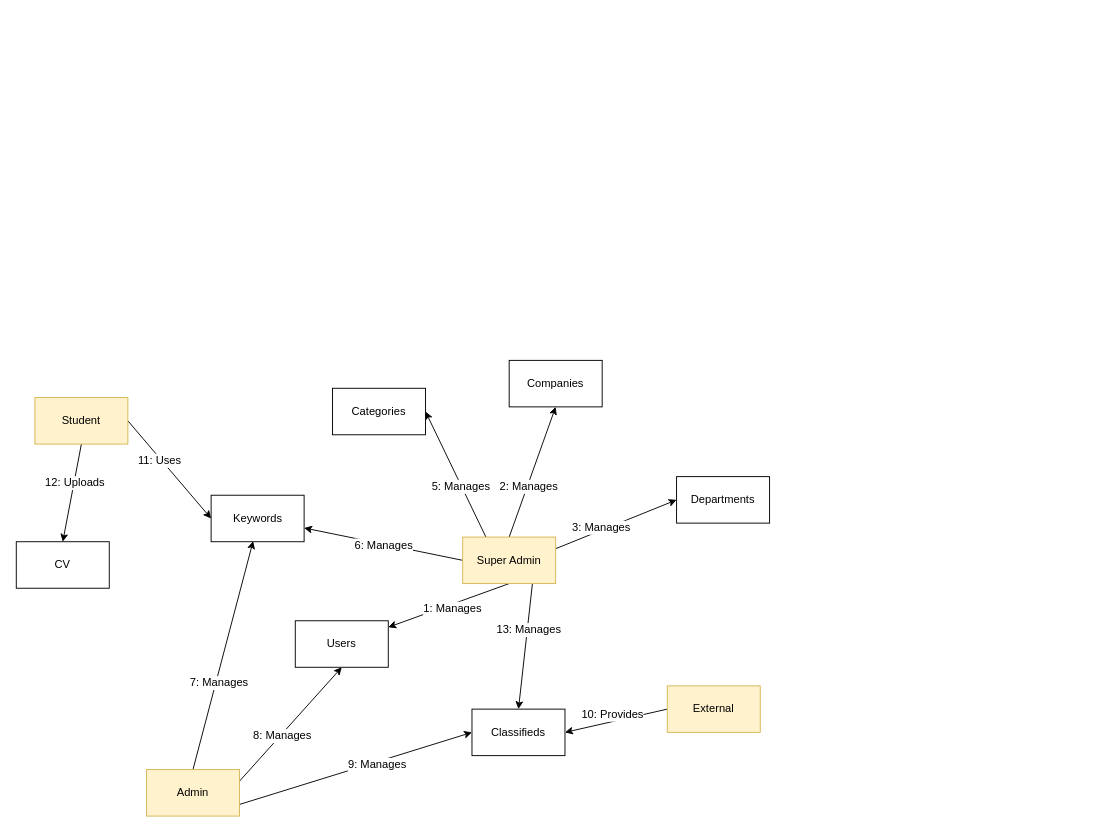
The draw.io diagram page "diagram_3" (2 of 2) of diagrams/general/cooperation_diagrams.drawio in ioannidis/e-career-office-web-app, before the edit. Source tidied: cells renumbered, new cells numbered last; positions are measured from the earlier drawing's top-left corner, leaving out a move shared by most shapes. Both pictures are drawn from the tidied source at 93%, with x=0, y=0 at pixel (16, 360).
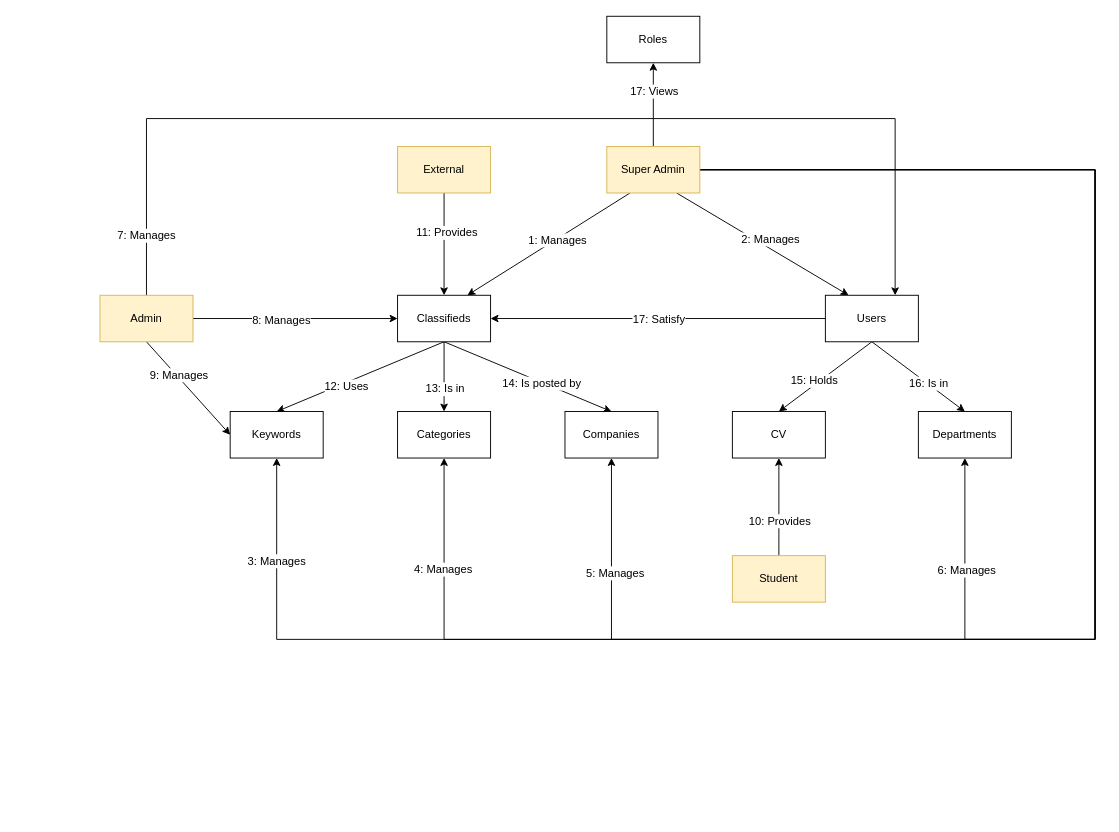
After the change.

What changed in the source:
```diff
@@
+    <mxCell id="12" style="rounded=0;jettySize=auto;html=1;exitX=0.25;exitY=1;exitDx=0;exitDy=0;entryX=0.75;entryY=0;entryDx=0;entryDy=0;" parent="1" edge="1" source="14" target="34">
+      <mxGeometry relative="1" as="geometry" />
+    </mxCell>
+    <mxCell id="3" value="1: Manages" style="text;html=1;align=center;verticalAlign=middle;labelBackgroundColor=#ffffff;" parent="12" vertex="1">
+      <mxGeometry x="-0.1" y="1" relative="1" as="geometry" />
+    </mxCell>
-    <mxCell id="2" style="rounded=0;jettySize=auto;html=1;exitX=0.5;exitY=1;exitDx=0;exitDy=0;" parent="1" edge="1" source="14" target="30">
+    <mxCell id="2" style="rounded=0;jettySize=auto;html=1;exitX=0.75;exitY=1;exitDx=0;exitDy=0;entryX=0.25;entryY=0;entryDx=0;entryDy=0;" parent="1" edge="1" source="14" target="30">
       <mxGeometry relative="1" as="geometry" />
     </mxCell>
-    <mxCell id="3" value="1: Manages" style="text;html=1;align=center;verticalAlign=middle;labelBackgroundColor=#ffffff;" parent="2" vertex="1">
-      <mxGeometry y="-10" relative="1" as="geometry">
-        <mxPoint x="7" y="12.5" as="offset" />
-      </mxGeometry>
-    </mxCell>
+    <mxCell id="9" value="2: Manages" style="text;html=1;align=center;verticalAlign=middle;labelBackgroundColor=#ffffff;" parent="2" vertex="1">
+      <mxGeometry x="0.14" y="-4" relative="1" as="geometry">
+        <mxPoint x="-3.5" y="-16.5" as="offset" />
+      </mxGeometry>
+    </mxCell>
+    <mxCell id="37" style="edgeStyle=orthogonalEdgeStyle;rounded=0;jettySize=auto;html=1;exitX=0.5;exitY=0;exitDx=0;exitDy=0;" parent="1" edge="1" source="14" target="53">
+      <mxGeometry relative="1" as="geometry" />
+    </mxCell>
+    <mxCell id="38" value="17: Views" style="text;html=1;align=center;verticalAlign=middle;labelBackgroundColor=#ffffff;" parent="37" vertex="1">
+      <mxGeometry x="-0.71" y="1" relative="1" as="geometry">
+        <mxPoint x="1" y="-47" as="offset" />
+      </mxGeometry>
+    </mxCell>
+    <mxCell id="6" style="edgeStyle=orthogonalEdgeStyle;rounded=0;jettySize=auto;html=1;exitX=1;exitY=0.5;exitDx=0;exitDy=0;entryX=0.5;entryY=1;entryDx=0;entryDy=0;" parent="1" edge="1" source="14" target="35">
+      <mxGeometry relative="1" as="geometry">
+        <Array as="points">
+          <mxPoint x="1160" y="-205" />
+          <mxPoint x="1160" y="300" />
+          <mxPoint x="280" y="300" />
+        </Array>
+      </mxGeometry>
+    </mxCell>
+    <mxCell id="11" value="3: Manages" style="text;html=1;align=center;verticalAlign=middle;labelBackgroundColor=#ffffff;" parent="6" vertex="1">
+      <mxGeometry x="0.89" y="1" relative="1" as="geometry" />
+    </mxCell>
-    <mxCell id="4" style="edgeStyle=none;rounded=0;jettySize=auto;html=1;exitX=0.25;exitY=0;exitDx=0;exitDy=0;entryX=1;entryY=0.5;entryDx=0;entryDy=0;" parent="1" edge="1" source="14" target="31">
-      <mxGeometry relative="1" as="geometry" />
+    <mxCell id="4" style="edgeStyle=orthogonalEdgeStyle;rounded=0;jettySize=auto;html=1;exitX=1;exitY=0.5;exitDx=0;exitDy=0;entryX=0.5;entryY=1;entryDx=0;entryDy=0;" parent="1" edge="1" source="14" target="31">
+      <mxGeometry relative="1" as="geometry">
+        <Array as="points">
+          <mxPoint x="1160" y="-205" />
+          <mxPoint x="1160" y="300" />
+          <mxPoint x="460" y="300" />
+        </Array>
+      </mxGeometry>
     </mxCell>
+    <mxCell id="39" value="4: Manages" style="text;html=1;align=center;verticalAlign=middle;labelBackgroundColor=#ffffff;" parent="4" vertex="1">
+      <mxGeometry x="0.87" y="2" relative="1" as="geometry" />
+    </mxCell>
+    <mxCell id="8" style="edgeStyle=orthogonalEdgeStyle;rounded=0;jettySize=auto;html=1;exitX=1;exitY=0.5;exitDx=0;exitDy=0;entryX=0.5;entryY=1;entryDx=0;entryDy=0;" parent="1" edge="1" source="14" target="32">
+      <mxGeometry relative="1" as="geometry">
+        <Array as="points">
+          <mxPoint x="1160" y="-205" />
+          <mxPoint x="1160" y="300" />
+          <mxPoint x="640" y="300" />
+        </Array>
+      </mxGeometry>
+    </mxCell>
-    <mxCell id="5" value="5: Manages" style="text;html=1;align=center;verticalAlign=middle;labelBackgroundColor=#ffffff;" parent="4" vertex="1">
-      <mxGeometry x="-0.18" y="1" relative="1" as="geometry" />
+    <mxCell id="5" value="5: Manages" style="text;html=1;align=center;verticalAlign=middle;labelBackgroundColor=#ffffff;" parent="8" vertex="1">
+      <mxGeometry x="0.85" y="-3" relative="1" as="geometry" />
     </mxCell>
-    <mxCell id="6" style="edgeStyle=none;rounded=0;jettySize=auto;html=1;exitX=0;exitY=0.5;exitDx=0;exitDy=0;" parent="1" edge="1" source="14" target="35">
-      <mxGeometry relative="1" as="geometry" />
-    </mxCell>
+    <mxCell id="10" style="edgeStyle=orthogonalEdgeStyle;rounded=0;jettySize=auto;html=1;exitX=1;exitY=0.5;exitDx=0;exitDy=0;entryX=0.5;entryY=1;entryDx=0;entryDy=0;" parent="1" edge="1" source="14" target="33">
+      <mxGeometry relative="1" as="geometry">
+        <Array as="points">
+          <mxPoint x="1160" y="-205" />
+          <mxPoint x="1160" y="300" />
+          <mxPoint x="1020" y="300" />
+        </Array>
+      </mxGeometry>
+    </mxCell>
-    <mxCell id="7" value="6: Manages" style="text;html=1;align=center;verticalAlign=middle;labelBackgroundColor=#ffffff;" parent="6" vertex="1">
-      <mxGeometry x="0.17" y="-2" relative="1" as="geometry">
-        <mxPoint x="14" y="6" as="offset" />
-      </mxGeometry>
+    <mxCell id="7" value="6: Manages" style="text;html=1;align=center;verticalAlign=middle;labelBackgroundColor=#ffffff;" parent="10" vertex="1">
+      <mxGeometry x="0.81" y="-1" relative="1" as="geometry" />
     </mxCell>
-    <mxCell id="8" style="edgeStyle=none;rounded=0;jettySize=auto;html=1;exitX=0.5;exitY=0;exitDx=0;exitDy=0;entryX=0.5;entryY=1;entryDx=0;entryDy=0;" parent="1" edge="1" source="14" target="32">
-      <mxGeometry relative="1" as="geometry" />
-    </mxCell>
-    <mxCell id="9" value="2: Manages" style="text;html=1;align=center;verticalAlign=middle;labelBackgroundColor=#ffffff;" parent="8" vertex="1">
-      <mxGeometry x="-0.22" y="-1" relative="1" as="geometry" />
-    </mxCell>
-    <mxCell id="10" style="edgeStyle=none;rounded=0;jettySize=auto;html=1;exitX=1;exitY=0.25;exitDx=0;exitDy=0;entryX=0;entryY=0.5;entryDx=0;entryDy=0;" parent="1" edge="1" source="14" target="33">
-      <mxGeometry relative="1" as="geometry" />
-    </mxCell>
-    <mxCell id="11" value="3: Manages" style="text;html=1;align=center;verticalAlign=middle;labelBackgroundColor=#ffffff;" parent="10" vertex="1">
-      <mxGeometry x="-0.24" y="3" relative="1" as="geometry" />
-    </mxCell>
-    <mxCell id="12" style="edgeStyle=none;rounded=0;jettySize=auto;html=1;exitX=0.75;exitY=1;exitDx=0;exitDy=0;entryX=0.5;entryY=0;entryDx=0;entryDy=0;" parent="1" edge="1" source="14" target="34">
-      <mxGeometry relative="1" as="geometry" />
-    </mxCell>
-    <mxCell id="13" value="13: Manages" style="text;html=1;align=center;verticalAlign=middle;labelBackgroundColor=#ffffff;" parent="12" vertex="1">
-      <mxGeometry x="-0.27" y="1" relative="1" as="geometry" />
-    </mxCell>
     <mxCell id="14" value="Super Admin" style="rounded=0;whiteSpace=wrap;html=1;fillColor=#fff2cc;strokeColor=#d6b656;" parent="1" vertex="1">
-      <mxGeometry x="480" y="190" width="100" height="50" as="geometry" />
+      <mxGeometry x="635" y="-230" width="100" height="50" as="geometry" />
     </mxCell>
+    <mxCell id="19" style="edgeStyle=none;rounded=0;jettySize=auto;html=1;exitX=1;exitY=0.5;exitDx=0;exitDy=0;" parent="1" edge="1" source="21" target="34">
+      <mxGeometry relative="1" as="geometry" />
+    </mxCell>
+    <mxCell id="18" value="8: Manages" style="text;html=1;align=center;verticalAlign=middle;labelBackgroundColor=#ffffff;" parent="19" vertex="1">
+      <mxGeometry x="-0.15" y="-1" relative="1" as="geometry" />
+    </mxCell>
-    <mxCell id="15" style="edgeStyle=none;rounded=0;jettySize=auto;html=1;exitX=0.5;exitY=0;exitDx=0;exitDy=0;entryX=0.452;entryY=0.987;entryDx=0;entryDy=0;entryPerimeter=0;" parent="1" edge="1" source="21" target="35">
+    <mxCell id="15" style="edgeStyle=none;rounded=0;jettySize=auto;html=1;exitX=0.5;exitY=1;exitDx=0;exitDy=0;entryX=0;entryY=0.5;entryDx=0;entryDy=0;" parent="1" edge="1" source="21" target="35">
       <mxGeometry relative="1" as="geometry" />
     </mxCell>
+    <mxCell id="20" value="9: Manages" style="text;html=1;align=center;verticalAlign=middle;labelBackgroundColor=#ffffff;" parent="15" vertex="1">
+      <mxGeometry x="-0.25" y="2" relative="1" as="geometry" />
+    </mxCell>
+    <mxCell id="17" style="edgeStyle=orthogonalEdgeStyle;rounded=0;jettySize=auto;html=1;exitX=0.5;exitY=0;exitDx=0;exitDy=0;entryX=0.75;entryY=0;entryDx=0;entryDy=0;" parent="1" edge="1" source="21" target="30">
+      <mxGeometry relative="1" as="geometry">
+        <Array as="points">
+          <mxPoint x="140" y="-260" />
+          <mxPoint x="945" y="-260" />
+        </Array>
+      </mxGeometry>
+    </mxCell>
-    <mxCell id="16" value="7: Manages" style="text;html=1;align=center;verticalAlign=middle;labelBackgroundColor=#ffffff;" parent="15" vertex="1">
-      <mxGeometry x="-0.24" y="-3" relative="1" as="geometry" />
+    <mxCell id="16" value="7: Manages" style="text;html=1;align=center;verticalAlign=middle;labelBackgroundColor=#ffffff;" parent="17" vertex="1">
+      <mxGeometry x="-0.89" y="1" relative="1" as="geometry" />
     </mxCell>
-    <mxCell id="17" style="edgeStyle=none;rounded=0;jettySize=auto;html=1;exitX=1;exitY=0.25;exitDx=0;exitDy=0;entryX=0.5;entryY=1;entryDx=0;entryDy=0;" parent="1" edge="1" source="21" target="30">
-      <mxGeometry relative="1" as="geometry" />
-    </mxCell>
-    <mxCell id="18" value="8: Manages" style="text;html=1;align=center;verticalAlign=middle;labelBackgroundColor=#ffffff;" parent="17" vertex="1">
-      <mxGeometry x="-0.19" y="-1" relative="1" as="geometry" />
-    </mxCell>
-    <mxCell id="19" style="edgeStyle=none;rounded=0;jettySize=auto;html=1;exitX=1;exitY=0.75;exitDx=0;exitDy=0;entryX=0;entryY=0.5;entryDx=0;entryDy=0;" parent="1" edge="1" source="21" target="34">
-      <mxGeometry relative="1" as="geometry" />
-    </mxCell>
-    <mxCell id="20" value="9: Manages" style="text;html=1;align=center;verticalAlign=middle;labelBackgroundColor=#ffffff;" parent="19" vertex="1">
-      <mxGeometry x="0.18" y="-3" relative="1" as="geometry" />
-    </mxCell>
     <mxCell id="21" value="Admin" style="rounded=0;whiteSpace=wrap;html=1;fillColor=#fff2cc;strokeColor=#d6b656;" parent="1" vertex="1">
-      <mxGeometry x="140" y="440" width="100" height="50" as="geometry" />
+      <mxGeometry x="90" y="-70" width="100" height="50" as="geometry" />
     </mxCell>
-    <mxCell id="22" style="edgeStyle=none;rounded=0;jettySize=auto;html=1;exitX=0.5;exitY=1;exitDx=0;exitDy=0;entryX=0.5;entryY=0;entryDx=0;entryDy=0;" parent="1" edge="1" source="26" target="36">
+    <mxCell id="22" style="edgeStyle=orthogonalEdgeStyle;rounded=0;jettySize=auto;html=1;exitX=0.5;exitY=0;exitDx=0;exitDy=0;" parent="1" edge="1" source="26" target="36">
       <mxGeometry relative="1" as="geometry" />
     </mxCell>
-    <mxCell id="23" value="12: Uploads" style="text;html=1;align=center;verticalAlign=middle;labelBackgroundColor=#ffffff;" parent="22" vertex="1">
-      <mxGeometry x="-0.22" relative="1" as="geometry" />
-    </mxCell>
-    <mxCell id="24" style="edgeStyle=none;rounded=0;jettySize=auto;html=1;exitX=1;exitY=0.5;exitDx=0;exitDy=0;entryX=0;entryY=0.5;entryDx=0;entryDy=0;" parent="1" edge="1" source="26" target="35">
-      <mxGeometry relative="1" as="geometry" />
-    </mxCell>
-    <mxCell id="25" value="11: Uses" style="text;html=1;align=center;verticalAlign=middle;labelBackgroundColor=#ffffff;" parent="24" vertex="1">
-      <mxGeometry x="-0.22" y="-2" relative="1" as="geometry" />
-    </mxCell>
+    <mxCell id="28" value="10: Provides" style="text;html=1;align=center;verticalAlign=middle;labelBackgroundColor=#ffffff;" parent="22" vertex="1">
+      <mxGeometry x="-0.28" relative="1" as="geometry" />
+    </mxCell>
     <mxCell id="26" value="Student" style="rounded=0;whiteSpace=wrap;html=1;fillColor=#fff2cc;strokeColor=#d6b656;" parent="1" vertex="1">
-      <mxGeometry x="20" y="40" width="100" height="50" as="geometry" />
+      <mxGeometry x="770" y="210" width="100" height="50" as="geometry" />
     </mxCell>
-    <mxCell id="27" style="edgeStyle=none;rounded=0;jettySize=auto;html=1;exitX=0;exitY=0.5;exitDx=0;exitDy=0;entryX=1;entryY=0.5;entryDx=0;entryDy=0;" parent="1" edge="1" source="29" target="34">
+    <mxCell id="27" style="edgeStyle=none;rounded=0;jettySize=auto;html=1;exitX=0.5;exitY=1;exitDx=0;exitDy=0;" parent="1" edge="1" source="29" target="34">
       <mxGeometry relative="1" as="geometry" />
     </mxCell>
-    <mxCell id="28" value="10: Provides" style="text;html=1;align=center;verticalAlign=middle;labelBackgroundColor=#ffffff;" parent="27" vertex="1">
-      <mxGeometry x="-0.24" y="-2" relative="1" as="geometry">
-        <mxPoint x="-17" y="-2" as="offset" />
-      </mxGeometry>
-    </mxCell>
+    <mxCell id="40" value="11: Provides" style="text;html=1;align=center;verticalAlign=middle;labelBackgroundColor=#ffffff;" parent="27" vertex="1">
+      <mxGeometry x="-0.24" y="2" relative="1" as="geometry" />
+    </mxCell>
     <mxCell id="29" value="External" style="rounded=0;whiteSpace=wrap;html=1;fillColor=#fff2cc;strokeColor=#d6b656;" parent="1" vertex="1">
-      <mxGeometry x="700" y="350" width="100" height="50" as="geometry" />
+      <mxGeometry x="410" y="-230" width="100" height="50" as="geometry" />
     </mxCell>
+    <mxCell id="41" style="edgeStyle=none;rounded=0;jettySize=auto;html=1;exitX=0.5;exitY=1;exitDx=0;exitDy=0;entryX=0.5;entryY=0;entryDx=0;entryDy=0;" parent="1" edge="1" source="30" target="36">
+      <mxGeometry relative="1" as="geometry" />
+    </mxCell>
+    <mxCell id="42" value="15: Holds" style="text;html=1;align=center;verticalAlign=middle;labelBackgroundColor=#ffffff;" parent="41" vertex="1">
+      <mxGeometry x="0.2" y="-4" relative="1" as="geometry" />
+    </mxCell>
+    <mxCell id="43" style="edgeStyle=none;rounded=0;jettySize=auto;html=1;exitX=0.5;exitY=1;exitDx=0;exitDy=0;entryX=0.5;entryY=0;entryDx=0;entryDy=0;" parent="1" edge="1" source="30" target="33">
+      <mxGeometry relative="1" as="geometry" />
+    </mxCell>
+    <mxCell id="44" value="16: Is in" style="text;html=1;align=center;verticalAlign=middle;labelBackgroundColor=#ffffff;" parent="43" vertex="1">
+      <mxGeometry x="0.2" y="1" relative="1" as="geometry" />
+    </mxCell>
+    <mxCell id="45" style="edgeStyle=none;rounded=0;jettySize=auto;html=1;exitX=0;exitY=0.5;exitDx=0;exitDy=0;entryX=1;entryY=0.5;entryDx=0;entryDy=0;" parent="1" edge="1" source="30" target="34">
+      <mxGeometry relative="1" as="geometry" />
+    </mxCell>
+    <mxCell id="46" value="17: Satisfy" style="text;html=1;align=center;verticalAlign=middle;labelBackgroundColor=#ffffff;" parent="45" vertex="1">
+      <mxGeometry x="-0.25" y="-1" relative="1" as="geometry">
+        <mxPoint x="-44.5" y="1.5" as="offset" />
+      </mxGeometry>
+    </mxCell>
     <mxCell id="30" value="Users" style="rounded=0;whiteSpace=wrap;html=1;" parent="1" vertex="1">
-      <mxGeometry x="300" y="280" width="100" height="50" as="geometry" />
+      <mxGeometry x="870" y="-70" width="100" height="50" as="geometry" />
     </mxCell>
     <mxCell id="31" value="Categories" style="rounded=0;whiteSpace=wrap;html=1;" parent="1" vertex="1">
-      <mxGeometry x="340" y="30" width="100" height="50" as="geometry" />
+      <mxGeometry x="410" y="55" width="100" height="50" as="geometry" />
     </mxCell>
     <mxCell id="32" value="Companies" style="rounded=0;whiteSpace=wrap;html=1;" parent="1" vertex="1">
-      <mxGeometry x="530" width="100" height="50" as="geometry" />
+      <mxGeometry x="590" y="55" width="100" height="50" as="geometry" />
     </mxCell>
     <mxCell id="33" value="Departments" style="rounded=0;whiteSpace=wrap;html=1;" parent="1" vertex="1">
-      <mxGeometry x="710" y="125" width="100" height="50" as="geometry" />
+      <mxGeometry x="970" y="55" width="100" height="50" as="geometry" />
     </mxCell>
+    <mxCell id="47" style="edgeStyle=none;rounded=0;jettySize=auto;html=1;exitX=0.5;exitY=1;exitDx=0;exitDy=0;entryX=0.5;entryY=0;entryDx=0;entryDy=0;" parent="1" edge="1" source="34" target="35">
+      <mxGeometry relative="1" as="geometry" />
+    </mxCell>
+    <mxCell id="48" value="12: Uses" style="text;html=1;align=center;verticalAlign=middle;labelBackgroundColor=#ffffff;" parent="47" vertex="1">
+      <mxGeometry x="0.19" y="3" relative="1" as="geometry" />
+    </mxCell>
+    <mxCell id="49" style="edgeStyle=none;rounded=0;jettySize=auto;html=1;exitX=0.5;exitY=1;exitDx=0;exitDy=0;entryX=0.5;entryY=0;entryDx=0;entryDy=0;" parent="1" edge="1" source="34" target="31">
+      <mxGeometry relative="1" as="geometry" />
+    </mxCell>
+    <mxCell id="50" value="13: Is in" style="text;html=1;align=center;verticalAlign=middle;labelBackgroundColor=#ffffff;" parent="49" vertex="1">
+      <mxGeometry x="0.33" y="-2" relative="1" as="geometry">
+        <mxPoint x="2" as="offset" />
+      </mxGeometry>
+    </mxCell>
+    <mxCell id="51" style="edgeStyle=none;rounded=0;jettySize=auto;html=1;exitX=0.5;exitY=1;exitDx=0;exitDy=0;entryX=0.5;entryY=0;entryDx=0;entryDy=0;" parent="1" edge="1" source="34" target="32">
+      <mxGeometry relative="1" as="geometry" />
+    </mxCell>
+    <mxCell id="52" value="14: Is posted by" style="text;html=1;align=center;verticalAlign=middle;labelBackgroundColor=#ffffff;" parent="51" vertex="1">
+      <mxGeometry x="0.17" y="-1" relative="1" as="geometry" />
+    </mxCell>
     <mxCell id="34" value="Classifieds" style="rounded=0;whiteSpace=wrap;html=1;" parent="1" vertex="1">
-      <mxGeometry x="490" y="375" width="100" height="50" as="geometry" />
+      <mxGeometry x="410" y="-70" width="100" height="50" as="geometry" />
     </mxCell>
     <mxCell id="35" value="Keywords" style="rounded=0;whiteSpace=wrap;html=1;" parent="1" vertex="1">
-      <mxGeometry x="209.5" y="145" width="100" height="50" as="geometry" />
+      <mxGeometry x="230" y="55" width="100" height="50" as="geometry" />
     </mxCell>
     <mxCell id="36" value="CV" style="rounded=0;whiteSpace=wrap;html=1;" parent="1" vertex="1">
-      <mxGeometry y="195" width="100" height="50" as="geometry" />
+      <mxGeometry x="770" y="55" width="100" height="50" as="geometry" />
     </mxCell>
+    <mxCell id="53" value="Roles" style="rounded=0;whiteSpace=wrap;html=1;" parent="1" vertex="1">
+      <mxGeometry x="635" y="-370" width="100" height="50" as="geometry" />
+    </mxCell>
```
